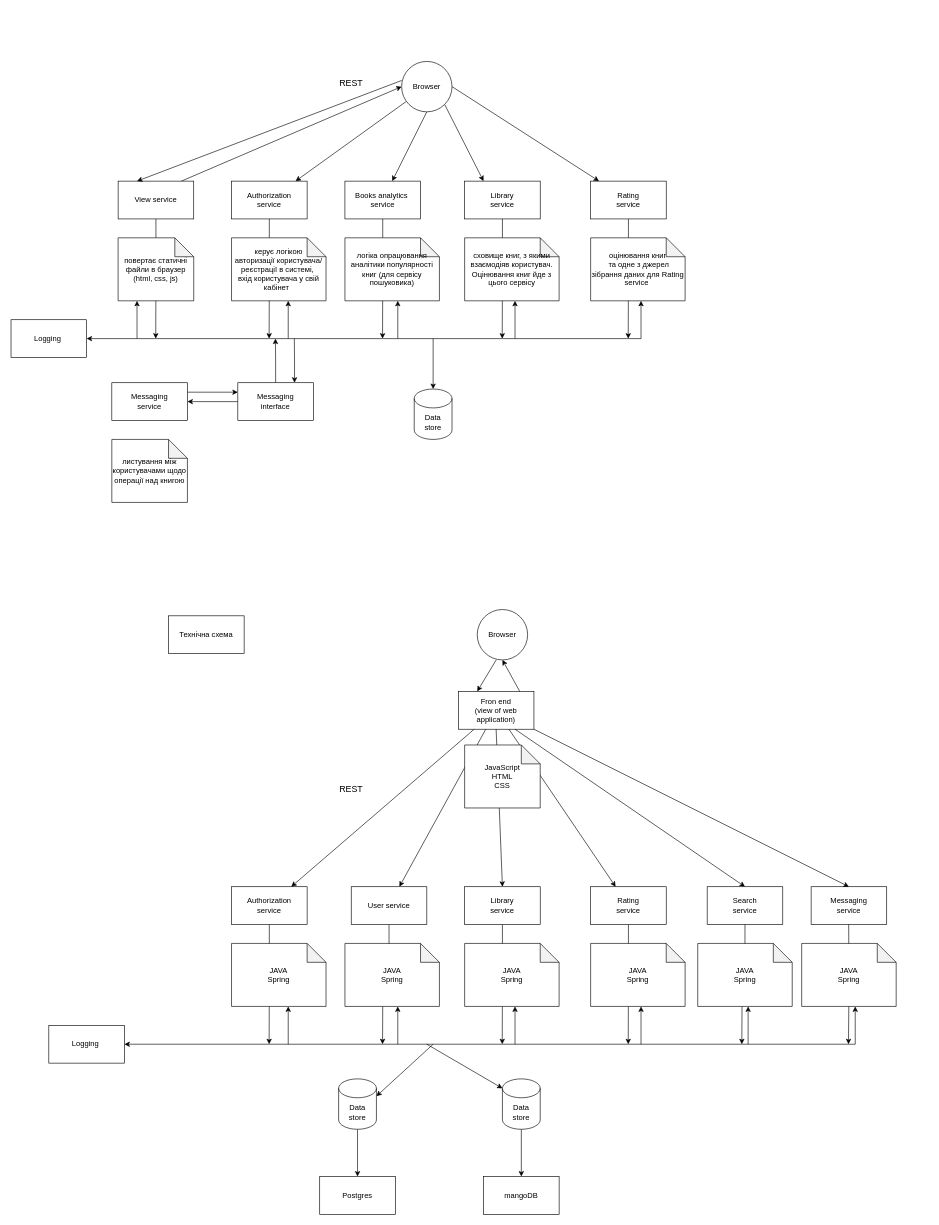
Earlier version of the draw.io diagram system_modelling/sytem_architecture.drawio (AnnaBozhenko/BookResources). Source tidied: cells renumbered, new cells numbered last; positions are measured from the earlier drawing's top-left corner, leaving out a move shared by most shapes. Both pictures are drawn from the tidied source at 63%, with x=0, y=0 at pixel (11, 61).
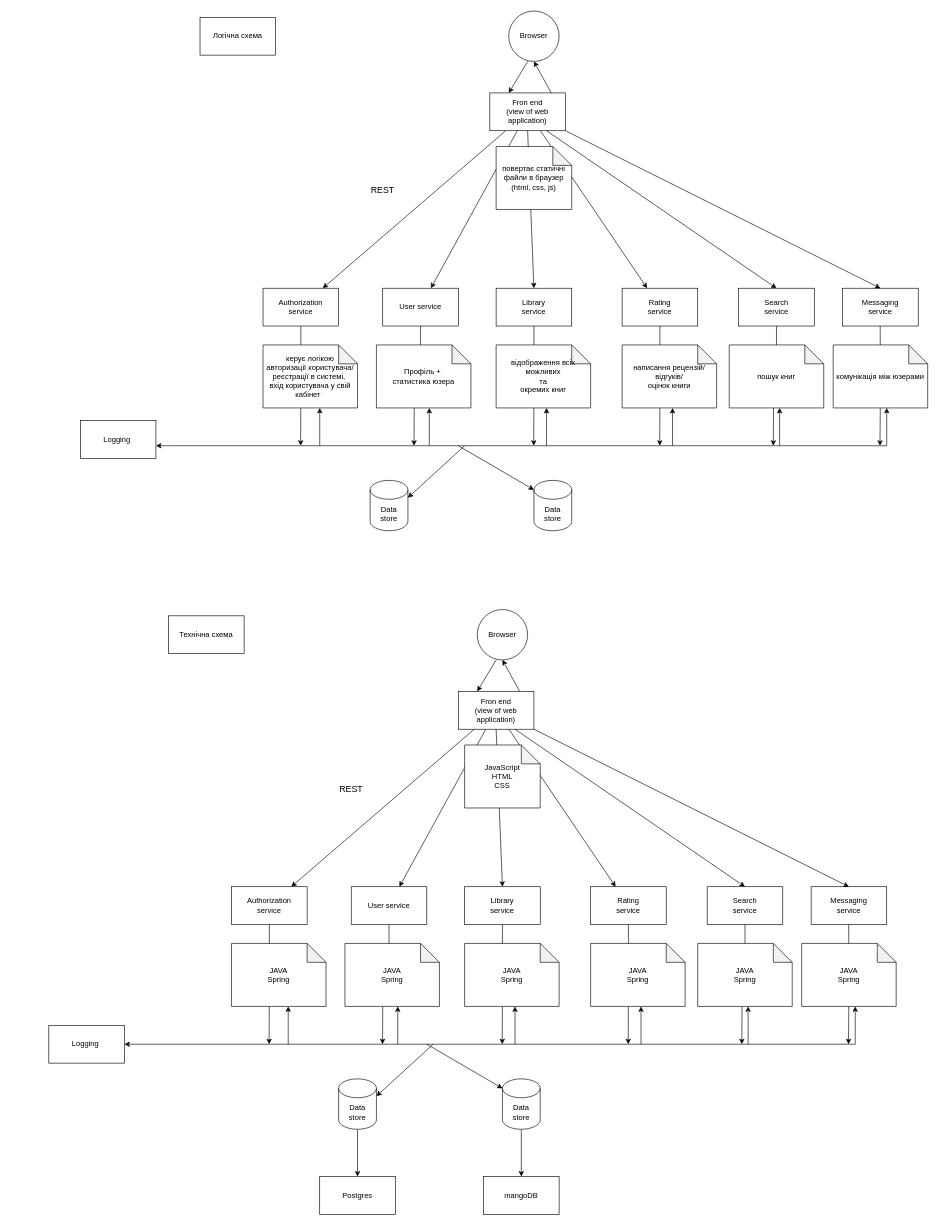
Above is the later version.

What changed in the source:
```diff
@@
-    <mxCell id="2" style="rounded=0;jettySize=auto;html=1;entryX=0;entryY=0.5;entryDx=0;entryDy=0;exitX=0.817;exitY=0.017;exitDx=0;exitDy=0;exitPerimeter=0;" parent="1" edge="1" source="4" target="28">
-      <mxGeometry relative="1" as="geometry" />
-    </mxCell>
-    <mxCell id="3" style="edgeStyle=orthogonalEdgeStyle;rounded=0;jettySize=auto;html=1;exitX=0.5;exitY=1;exitDx=0;exitDy=0;" parent="1" edge="1" source="4">
-      <mxGeometry relative="1" as="geometry">
-        <mxPoint x="229.7" y="440" as="targetPoint" />
-      </mxGeometry>
-    </mxCell>
-    <mxCell id="4" value="View service" style="rounded=0;whiteSpace=wrap;html=1;" parent="1" vertex="1">
-      <mxGeometry x="170" y="190" width="120" height="60" as="geometry" />
-    </mxCell>
-    <mxCell id="5" value="повертає статичні файли в браузер (html, css, js)" style="shape=note;whiteSpace=wrap;html=1;backgroundOutline=1;darkOpacity=0.05;" parent="1" vertex="1">
-      <mxGeometry x="170" y="280" width="120" height="100" as="geometry" />
-    </mxCell>
-    <mxCell id="6" style="edgeStyle=orthogonalEdgeStyle;rounded=0;jettySize=auto;html=1;exitX=0.5;exitY=1;exitDx=0;exitDy=0;" parent="1" edge="1" source="7">
-      <mxGeometry relative="1" as="geometry">
-        <mxPoint x="409.7" y="440" as="targetPoint" />
-      </mxGeometry>
-    </mxCell>
-    <mxCell id="7" value="Authorization &lt;br&gt;service" style="rounded=0;whiteSpace=wrap;html=1;" parent="1" vertex="1">
-      <mxGeometry x="350" y="190" width="120" height="60" as="geometry" />
-    </mxCell>
-    <mxCell id="8" value="керує логікою &lt;br&gt;авторизації користувача/реєстрації в системі,&amp;nbsp;&lt;br&gt;вхід користувача у свій кабінет&amp;nbsp;&amp;nbsp;" style="shape=note;whiteSpace=wrap;html=1;backgroundOutline=1;darkOpacity=0.05;" parent="1" vertex="1">
-      <mxGeometry x="350" y="280" width="150" height="100" as="geometry" />
-    </mxCell>
-    <mxCell id="9" style="edgeStyle=orthogonalEdgeStyle;rounded=0;jettySize=auto;html=1;exitX=0.5;exitY=1;exitDx=0;exitDy=0;" parent="1" edge="1" source="10">
-      <mxGeometry relative="1" as="geometry">
-        <mxPoint x="589.7" y="440" as="targetPoint" />
-      </mxGeometry>
-    </mxCell>
-    <mxCell id="10" value="Books analytics&amp;nbsp;&lt;br&gt;service" style="rounded=0;whiteSpace=wrap;html=1;" parent="1" vertex="1">
-      <mxGeometry x="530" y="190" width="120" height="60" as="geometry" />
-    </mxCell>
-    <mxCell id="11" value="логіка опрацювання аналітики популярності книг (для сервісу пошуковика)" style="shape=note;whiteSpace=wrap;html=1;backgroundOutline=1;darkOpacity=0.05;" parent="1" vertex="1">
-      <mxGeometry x="530" y="280" width="150" height="100" as="geometry" />
-    </mxCell>
-    <mxCell id="12" style="edgeStyle=orthogonalEdgeStyle;rounded=0;jettySize=auto;html=1;exitX=0.5;exitY=1;exitDx=0;exitDy=0;" parent="1" edge="1" source="13">
-      <mxGeometry relative="1" as="geometry">
-        <mxPoint x="779.7" y="440" as="targetPoint" />
-      </mxGeometry>
-    </mxCell>
-    <mxCell id="13" value="Library &lt;br&gt;service" style="rounded=0;whiteSpace=wrap;html=1;" parent="1" vertex="1">
-      <mxGeometry x="720" y="190" width="120" height="60" as="geometry" />
-    </mxCell>
-    <mxCell id="14" value="сховище книг, з якими взаємодіяв користувач. Оцінювання книг йде з цього сервісу" style="shape=note;whiteSpace=wrap;html=1;backgroundOutline=1;darkOpacity=0.05;" parent="1" vertex="1">
-      <mxGeometry x="720" y="280" width="150" height="100" as="geometry" />
-    </mxCell>
-    <mxCell id="15" style="edgeStyle=orthogonalEdgeStyle;rounded=0;jettySize=auto;html=1;exitX=0.5;exitY=1;exitDx=0;exitDy=0;" parent="1" edge="1" source="16">
-      <mxGeometry relative="1" as="geometry">
-        <mxPoint x="979.7" y="440" as="targetPoint" />
-      </mxGeometry>
-    </mxCell>
-    <mxCell id="16" value="Rating&lt;br&gt;service" style="rounded=0;whiteSpace=wrap;html=1;" parent="1" vertex="1">
-      <mxGeometry x="920" y="190" width="120" height="60" as="geometry" />
-    </mxCell>
-    <mxCell id="17" value="оцінювання книг&lt;br&gt;&amp;nbsp;та одне з джерел зібрання даних для Rating service&amp;nbsp;" style="shape=note;whiteSpace=wrap;html=1;backgroundOutline=1;darkOpacity=0.05;" parent="1" vertex="1">
-      <mxGeometry x="920" y="280" width="150" height="100" as="geometry" />
-    </mxCell>
-    <mxCell id="18" style="edgeStyle=orthogonalEdgeStyle;rounded=0;jettySize=auto;html=1;exitX=1;exitY=0.25;exitDx=0;exitDy=0;entryX=0;entryY=0.25;entryDx=0;entryDy=0;" parent="1" edge="1" source="19" target="32">
-      <mxGeometry relative="1" as="geometry" />
-    </mxCell>
-    <mxCell id="19" value="Messaging &lt;br&gt;service" style="rounded=0;whiteSpace=wrap;html=1;" parent="1" vertex="1">
-      <mxGeometry x="160" y="510" width="120" height="60" as="geometry" />
-    </mxCell>
-    <mxCell id="20" value="листування між користувачами щодо операції над книгою" style="shape=note;whiteSpace=wrap;html=1;backgroundOutline=1;darkOpacity=0.05;" parent="1" vertex="1">
-      <mxGeometry x="160" y="600" width="120" height="100" as="geometry" />
-    </mxCell>
-    <mxCell id="21" value="Data &lt;br&gt;store" style="shape=cylinder3;whiteSpace=wrap;html=1;boundedLbl=1;backgroundOutline=1;size=15;" parent="1" vertex="1">
-      <mxGeometry x="640" y="520" width="60" height="80" as="geometry" />
-    </mxCell>
-    <mxCell id="22" value="Logging&amp;nbsp;" style="rounded=0;whiteSpace=wrap;html=1;" parent="1" vertex="1">
-      <mxGeometry y="410" width="120" height="60" as="geometry" />
-    </mxCell>
-    <mxCell id="23" style="rounded=0;jettySize=auto;html=1;entryX=0.25;entryY=0;entryDx=0;entryDy=0;exitX=0;exitY=0.378;exitDx=0;exitDy=0;exitPerimeter=0;" parent="1" edge="1" source="28" target="4">
-      <mxGeometry relative="1" as="geometry" />
-    </mxCell>
-    <mxCell id="24" style="rounded=0;jettySize=auto;html=1;" parent="1" edge="1" source="28" target="7">
-      <mxGeometry relative="1" as="geometry" />
-    </mxCell>
-    <mxCell id="25" style="rounded=0;jettySize=auto;html=1;exitX=0.5;exitY=1;exitDx=0;exitDy=0;" parent="1" edge="1" source="28" target="10">
-      <mxGeometry relative="1" as="geometry" />
-    </mxCell>
-    <mxCell id="26" style="rounded=0;jettySize=auto;html=1;exitX=1;exitY=1;exitDx=0;exitDy=0;entryX=0.25;entryY=0;entryDx=0;entryDy=0;" parent="1" edge="1" source="28" target="13">
-      <mxGeometry relative="1" as="geometry" />
-    </mxCell>
-    <mxCell id="27" style="rounded=0;jettySize=auto;html=1;exitX=1;exitY=0.5;exitDx=0;exitDy=0;" parent="1" edge="1" source="28" target="16">
-      <mxGeometry relative="1" as="geometry" />
-    </mxCell>
-    <mxCell id="28" value="Browser" style="ellipse;whiteSpace=wrap;html=1;" parent="1" vertex="1">
-      <mxGeometry x="620" width="80" height="80" as="geometry" />
-    </mxCell>
-    <mxCell id="29" style="edgeStyle=orthogonalEdgeStyle;rounded=0;jettySize=auto;html=1;" parent="1" edge="1" source="32" target="19">
-      <mxGeometry relative="1" as="geometry" />
-    </mxCell>
-    <mxCell id="30" style="edgeStyle=orthogonalEdgeStyle;rounded=0;jettySize=auto;html=1;exitX=0.5;exitY=0;exitDx=0;exitDy=0;" parent="1" edge="1" source="32">
-      <mxGeometry relative="1" as="geometry">
-        <mxPoint x="419.7" y="440" as="targetPoint" />
-      </mxGeometry>
-    </mxCell>
-    <mxCell id="31" style="edgeStyle=orthogonalEdgeStyle;rounded=0;jettySize=auto;html=1;exitX=0.75;exitY=0;exitDx=0;exitDy=0;startArrow=classic;startFill=1;endArrow=none;endFill=0;" parent="1" edge="1" source="32">
-      <mxGeometry relative="1" as="geometry">
-        <mxPoint x="449.7" y="440" as="targetPoint" />
-      </mxGeometry>
-    </mxCell>
-    <mxCell id="32" value="Messaging &lt;br&gt;interface" style="rounded=0;whiteSpace=wrap;html=1;" parent="1" vertex="1">
-      <mxGeometry x="360" y="510" width="120" height="60" as="geometry" />
-    </mxCell>
-    <mxCell id="33" value="&lt;font style=&quot;font-size: 14px;&quot;&gt;REST&lt;/font&gt;" style="text;html=1;strokeColor=none;fillColor=none;align=center;verticalAlign=middle;whiteSpace=wrap;rounded=0;" parent="1" vertex="1">
-      <mxGeometry x="510" y="20" width="60" height="30" as="geometry" />
-    </mxCell>
-    <mxCell id="34" style="endArrow=none;html=1;rounded=0;" parent="1" edge="1">
-      <mxGeometry relative="1" as="geometry">
-        <mxPoint x="200" y="440" as="sourcePoint" />
-        <mxPoint x="1000" y="440" as="targetPoint" />
-      </mxGeometry>
-    </mxCell>
-    <mxCell id="35" style="endArrow=classic;html=1;rounded=0;" parent="1" edge="1">
-      <mxGeometry relative="1" as="geometry">
-        <mxPoint x="200" y="440" as="sourcePoint" />
-        <mxPoint x="200" y="380" as="targetPoint" />
-      </mxGeometry>
-    </mxCell>
-    <mxCell id="36" style="endArrow=classic;html=1;rounded=0;" parent="1" edge="1">
-      <mxGeometry relative="1" as="geometry">
-        <mxPoint x="440" y="440" as="sourcePoint" />
-        <mxPoint x="440" y="380" as="targetPoint" />
-      </mxGeometry>
-    </mxCell>
-    <mxCell id="37" style="endArrow=classic;html=1;rounded=0;" parent="1" edge="1">
-      <mxGeometry relative="1" as="geometry">
-        <mxPoint x="613.9" y="440" as="sourcePoint" />
-        <mxPoint x="613.9" y="380" as="targetPoint" />
-      </mxGeometry>
-    </mxCell>
-    <mxCell id="38" style="endArrow=classic;html=1;rounded=0;" parent="1" edge="1">
-      <mxGeometry relative="1" as="geometry">
-        <mxPoint x="800" y="440" as="sourcePoint" />
-        <mxPoint x="800" y="380" as="targetPoint" />
-      </mxGeometry>
-    </mxCell>
-    <mxCell id="39" style="endArrow=classic;html=1;rounded=0;" parent="1" edge="1">
-      <mxGeometry relative="1" as="geometry">
-        <mxPoint x="1000" y="440" as="sourcePoint" />
-        <mxPoint x="1000" y="380" as="targetPoint" />
-      </mxGeometry>
-    </mxCell>
-    <mxCell id="40" style="endArrow=classic;html=1;rounded=0;" parent="1" edge="1">
-      <mxGeometry relative="1" as="geometry">
-        <mxPoint x="200" y="440" as="sourcePoint" />
-        <mxPoint x="120" y="440" as="targetPoint" />
-      </mxGeometry>
-    </mxCell>
-    <mxCell id="41" style="endArrow=classic;html=1;rounded=0;" parent="1" edge="1">
-      <mxGeometry relative="1" as="geometry">
-        <mxPoint x="670" y="440" as="sourcePoint" />
-        <mxPoint x="670" y="520" as="targetPoint" />
-      </mxGeometry>
-    </mxCell>
@@
+    <mxCell id="90" style="rounded=0;jettySize=auto;html=1;entryX=0.5;entryY=1;entryDx=0;entryDy=0;exitX=0.817;exitY=0.017;exitDx=0;exitDy=0;exitPerimeter=0;" parent="1" edge="1" source="91" target="28">
+      <mxGeometry relative="1" as="geometry" />
+    </mxCell>
+    <mxCell id="91" value="Fron end&lt;br&gt;(view of web application)" style="rounded=0;whiteSpace=wrap;html=1;" parent="1" vertex="1">
+      <mxGeometry x="760" y="50" width="120" height="60" as="geometry" />
+    </mxCell>
+    <mxCell id="92" style="edgeStyle=orthogonalEdgeStyle;rounded=0;jettySize=auto;html=1;exitX=0.5;exitY=1;exitDx=0;exitDy=0;" parent="1" edge="1" source="7">
+      <mxGeometry relative="1" as="geometry">
+        <mxPoint x="459.7" y="610" as="targetPoint" />
+      </mxGeometry>
+    </mxCell>
+    <mxCell id="7" value="Authorization &lt;br&gt;service" style="rounded=0;whiteSpace=wrap;html=1;" parent="1" vertex="1">
+      <mxGeometry x="400" y="360" width="120" height="60" as="geometry" />
+    </mxCell>
+    <mxCell id="8" value="керує логікою&lt;br style=&quot;border-color: var(--border-color);&quot;&gt;авторизації користувача/реєстрації в системі,&amp;nbsp;&lt;br style=&quot;border-color: var(--border-color);&quot;&gt;вхід користувача у свій кабінет&amp;nbsp;&amp;nbsp;" style="shape=note;whiteSpace=wrap;html=1;backgroundOutline=1;darkOpacity=0.05;" parent="1" vertex="1">
+      <mxGeometry x="400" y="450" width="150" height="100" as="geometry" />
+    </mxCell>
+    <mxCell id="93" style="edgeStyle=orthogonalEdgeStyle;rounded=0;jettySize=auto;html=1;exitX=0.5;exitY=1;exitDx=0;exitDy=0;" parent="1" edge="1" source="113">
+      <mxGeometry relative="1" as="geometry">
+        <mxPoint x="639.7" y="610" as="targetPoint" />
+      </mxGeometry>
+    </mxCell>
+    <mxCell id="94" value="Профіль +&amp;nbsp;&lt;br&gt;статистика юзера" style="shape=note;whiteSpace=wrap;html=1;backgroundOutline=1;darkOpacity=0.05;" parent="1" vertex="1">
+      <mxGeometry x="580" y="450" width="150" height="100" as="geometry" />
+    </mxCell>
+    <mxCell id="95" style="edgeStyle=orthogonalEdgeStyle;rounded=0;jettySize=auto;html=1;exitX=0.5;exitY=1;exitDx=0;exitDy=0;" parent="1" edge="1" source="13">
+      <mxGeometry relative="1" as="geometry">
+        <mxPoint x="829.7" y="610" as="targetPoint" />
+      </mxGeometry>
+    </mxCell>
+    <mxCell id="13" value="Library &lt;br&gt;service" style="rounded=0;whiteSpace=wrap;html=1;" parent="1" vertex="1">
+      <mxGeometry x="770" y="360" width="120" height="60" as="geometry" />
+    </mxCell>
+    <mxCell id="96" value="відображення всіх можливих&lt;br&gt;та&lt;br&gt;окремих книг" style="shape=note;whiteSpace=wrap;html=1;backgroundOutline=1;darkOpacity=0.05;" parent="1" vertex="1">
+      <mxGeometry x="770" y="450" width="150" height="100" as="geometry" />
+    </mxCell>
+    <mxCell id="97" style="edgeStyle=orthogonalEdgeStyle;rounded=0;jettySize=auto;html=1;exitX=0.5;exitY=1;exitDx=0;exitDy=0;" parent="1" edge="1" source="16">
+      <mxGeometry relative="1" as="geometry">
+        <mxPoint x="1029.7" y="610" as="targetPoint" />
+      </mxGeometry>
+    </mxCell>
+    <mxCell id="16" value="Rating&lt;br&gt;service" style="rounded=0;whiteSpace=wrap;html=1;" parent="1" vertex="1">
+      <mxGeometry x="970" y="360" width="120" height="60" as="geometry" />
+    </mxCell>
+    <mxCell id="98" value="написання рецензій/&lt;br&gt;відгуків/&lt;br&gt;оцінок книги" style="shape=note;whiteSpace=wrap;html=1;backgroundOutline=1;darkOpacity=0.05;" parent="1" vertex="1">
+      <mxGeometry x="970" y="450" width="150" height="100" as="geometry" />
+    </mxCell>
+    <mxCell id="99" value="Data &lt;br&gt;store" style="shape=cylinder3;whiteSpace=wrap;html=1;boundedLbl=1;backgroundOutline=1;size=15;" parent="1" vertex="1">
+      <mxGeometry x="570" y="665" width="60" height="80" as="geometry" />
+    </mxCell>
+    <mxCell id="22" value="Logging&amp;nbsp;" style="rounded=0;whiteSpace=wrap;html=1;" parent="1" vertex="1">
+      <mxGeometry x="110" y="570" width="120" height="60" as="geometry" />
+    </mxCell>
+    <mxCell id="100" style="rounded=0;jettySize=auto;html=1;entryX=0.25;entryY=0;entryDx=0;entryDy=0;exitX=0.379;exitY=0.996;exitDx=0;exitDy=0;exitPerimeter=0;" parent="1" edge="1" source="28" target="91">
+      <mxGeometry relative="1" as="geometry" />
+    </mxCell>
+    <mxCell id="101" style="rounded=0;jettySize=auto;html=1;" parent="1" edge="1" source="91" target="7">
+      <mxGeometry relative="1" as="geometry" />
+    </mxCell>
+    <mxCell id="102" style="rounded=0;jettySize=auto;html=1;" parent="1" edge="1" source="91" target="113">
+      <mxGeometry relative="1" as="geometry" />
+    </mxCell>
+    <mxCell id="103" style="rounded=0;jettySize=auto;html=1;exitX=0.5;exitY=1;exitDx=0;exitDy=0;entryX=0.5;entryY=0;entryDx=0;entryDy=0;" parent="1" edge="1" source="91" target="13">
+      <mxGeometry relative="1" as="geometry" />
+    </mxCell>
+    <mxCell id="104" style="rounded=0;jettySize=auto;html=1;" parent="1" edge="1" source="91" target="16">
+      <mxGeometry relative="1" as="geometry" />
+    </mxCell>
+    <mxCell id="28" value="Browser" style="ellipse;whiteSpace=wrap;html=1;" parent="1" vertex="1">
+      <mxGeometry x="790" y="-80" width="80" height="80" as="geometry" />
+    </mxCell>
+    <mxCell id="33" value="&lt;font style=&quot;font-size: 14px;&quot;&gt;REST&lt;/font&gt;" style="text;html=1;strokeColor=none;fillColor=none;align=center;verticalAlign=middle;whiteSpace=wrap;rounded=0;" parent="1" vertex="1">
+      <mxGeometry x="560" y="190" width="60" height="30" as="geometry" />
+    </mxCell>
+    <mxCell id="105" style="endArrow=none;html=1;rounded=0;" parent="1" edge="1">
+      <mxGeometry relative="1" as="geometry">
+        <mxPoint x="250" y="610" as="sourcePoint" />
+        <mxPoint x="1390" y="610" as="targetPoint" />
+      </mxGeometry>
+    </mxCell>
+    <mxCell id="106" style="endArrow=classic;html=1;rounded=0;" parent="1" edge="1">
+      <mxGeometry relative="1" as="geometry">
+        <mxPoint x="490" y="610" as="sourcePoint" />
+        <mxPoint x="490" y="550" as="targetPoint" />
+      </mxGeometry>
+    </mxCell>
+    <mxCell id="107" style="endArrow=classic;html=1;rounded=0;" parent="1" edge="1">
+      <mxGeometry relative="1" as="geometry">
+        <mxPoint x="663.9" y="610" as="sourcePoint" />
+        <mxPoint x="663.9" y="550" as="targetPoint" />
+      </mxGeometry>
+    </mxCell>
+    <mxCell id="108" style="endArrow=classic;html=1;rounded=0;" parent="1" edge="1">
+      <mxGeometry relative="1" as="geometry">
+        <mxPoint x="850" y="610" as="sourcePoint" />
+        <mxPoint x="850" y="550" as="targetPoint" />
+      </mxGeometry>
+    </mxCell>
+    <mxCell id="109" style="endArrow=classic;html=1;rounded=0;" parent="1" edge="1">
+      <mxGeometry relative="1" as="geometry">
+        <mxPoint x="1050" y="610" as="sourcePoint" />
+        <mxPoint x="1050" y="550" as="targetPoint" />
+      </mxGeometry>
+    </mxCell>
+    <mxCell id="110" style="endArrow=classic;html=1;rounded=0;" parent="1" edge="1">
+      <mxGeometry relative="1" as="geometry">
+        <mxPoint x="250" y="610" as="sourcePoint" />
+        <mxPoint x="230" y="610" as="targetPoint" />
+      </mxGeometry>
+    </mxCell>
+    <mxCell id="111" style="endArrow=classic;html=1;rounded=0;entryX=1;entryY=0;entryDx=0;entryDy=27.5;entryPerimeter=0;" parent="1" edge="1" target="99">
+      <mxGeometry relative="1" as="geometry">
+        <mxPoint x="720" y="610" as="sourcePoint" />
+      </mxGeometry>
+    </mxCell>
+    <mxCell id="112" value="Логічна схема" style="rounded=0;whiteSpace=wrap;html=1;" parent="1" vertex="1">
+      <mxGeometry x="300" y="-70" width="120" height="60" as="geometry" />
+    </mxCell>
+    <mxCell id="113" value="User service" style="rounded=0;whiteSpace=wrap;html=1;" parent="1" vertex="1">
+      <mxGeometry x="590" y="360" width="120" height="60" as="geometry" />
+    </mxCell>
+    <mxCell id="19" value="Messaging &lt;br&gt;service" style="rounded=0;whiteSpace=wrap;html=1;" parent="1" vertex="1">
+      <mxGeometry x="1320" y="360" width="120" height="60" as="geometry" />
+    </mxCell>
+    <mxCell id="114" style="edgeStyle=orthogonalEdgeStyle;rounded=0;orthogonalLoop=1;jettySize=auto;html=1;exitX=0.5;exitY=1;exitDx=0;exitDy=0;" parent="1" edge="1">
+      <mxGeometry relative="1" as="geometry">
+        <mxPoint x="1379.6" y="420" as="sourcePoint" />
+        <mxPoint x="1379.3" y="610" as="targetPoint" />
+      </mxGeometry>
+    </mxCell>
+    <mxCell id="115" value="комунікація між юзерами" style="shape=note;whiteSpace=wrap;html=1;backgroundOutline=1;darkOpacity=0.05;" parent="1" vertex="1">
+      <mxGeometry x="1305" y="450" width="150" height="100" as="geometry" />
+    </mxCell>
+    <mxCell id="116" style="endArrow=classic;html=1;rounded=0;" parent="1" edge="1">
+      <mxGeometry relative="1" as="geometry">
+        <mxPoint x="1390" y="610" as="sourcePoint" />
+        <mxPoint x="1390" y="550" as="targetPoint" />
+      </mxGeometry>
+    </mxCell>
+    <mxCell id="117" style="endArrow=classic;html=1;rounded=0;entryX=0;entryY=0;entryDx=0;entryDy=15;entryPerimeter=0;" parent="1" edge="1" target="118">
+      <mxGeometry relative="1" as="geometry">
+        <mxPoint x="710" y="610" as="sourcePoint" />
+      </mxGeometry>
+    </mxCell>
+    <mxCell id="118" value="Data &lt;br&gt;store" style="shape=cylinder3;whiteSpace=wrap;html=1;boundedLbl=1;backgroundOutline=1;size=15;" parent="1" vertex="1">
+      <mxGeometry x="830" y="665" width="60" height="80" as="geometry" />
+    </mxCell>
+    <mxCell id="119" style="rounded=0;jettySize=auto;html=1;exitX=0.657;exitY=1.138;exitDx=0;exitDy=0;exitPerimeter=0;entryX=0.5;entryY=0;entryDx=0;entryDy=0;" parent="1" edge="1" target="19">
+      <mxGeometry relative="1" as="geometry">
+        <mxPoint x="880" y="110" as="sourcePoint" />
+      </mxGeometry>
+    </mxCell>
+    <mxCell id="5" value="повертає статичні файли в браузер (html, css, js)" style="shape=note;whiteSpace=wrap;html=1;backgroundOutline=1;darkOpacity=0.05;" parent="1" vertex="1">
+      <mxGeometry x="770" y="135" width="120" height="100" as="geometry" />
+    </mxCell>
+    <mxCell id="120" style="rounded=0;jettySize=auto;html=1;exitX=0.657;exitY=1.138;exitDx=0;exitDy=0;exitPerimeter=0;entryX=0.5;entryY=0;entryDx=0;entryDy=0;" parent="1" edge="1" target="121">
+      <mxGeometry relative="1" as="geometry">
+        <mxPoint x="850" y="110" as="sourcePoint" />
+      </mxGeometry>
+    </mxCell>
+    <mxCell id="121" value="Search&lt;br&gt;service" style="rounded=0;whiteSpace=wrap;html=1;" parent="1" vertex="1">
+      <mxGeometry x="1155" y="360" width="120" height="60" as="geometry" />
+    </mxCell>
+    <mxCell id="122" style="endArrow=classic;html=1;rounded=0;" parent="1" edge="1">
+      <mxGeometry relative="1" as="geometry">
+        <mxPoint x="1220" y="610" as="sourcePoint" />
+        <mxPoint x="1220" y="550" as="targetPoint" />
+      </mxGeometry>
+    </mxCell>
+    <mxCell id="123" style="edgeStyle=orthogonalEdgeStyle;rounded=0;jettySize=auto;html=1;exitX=0.5;exitY=1;exitDx=0;exitDy=0;" parent="1" edge="1" source="121">
+      <mxGeometry relative="1" as="geometry">
+        <mxPoint x="1210" y="610" as="targetPoint" />
+      </mxGeometry>
+    </mxCell>
+    <mxCell id="124" value="пошук книг" style="shape=note;whiteSpace=wrap;html=1;backgroundOutline=1;darkOpacity=0.05;" parent="1" vertex="1">
+      <mxGeometry x="1140" y="450" width="150" height="100" as="geometry" />
+    </mxCell>
```
